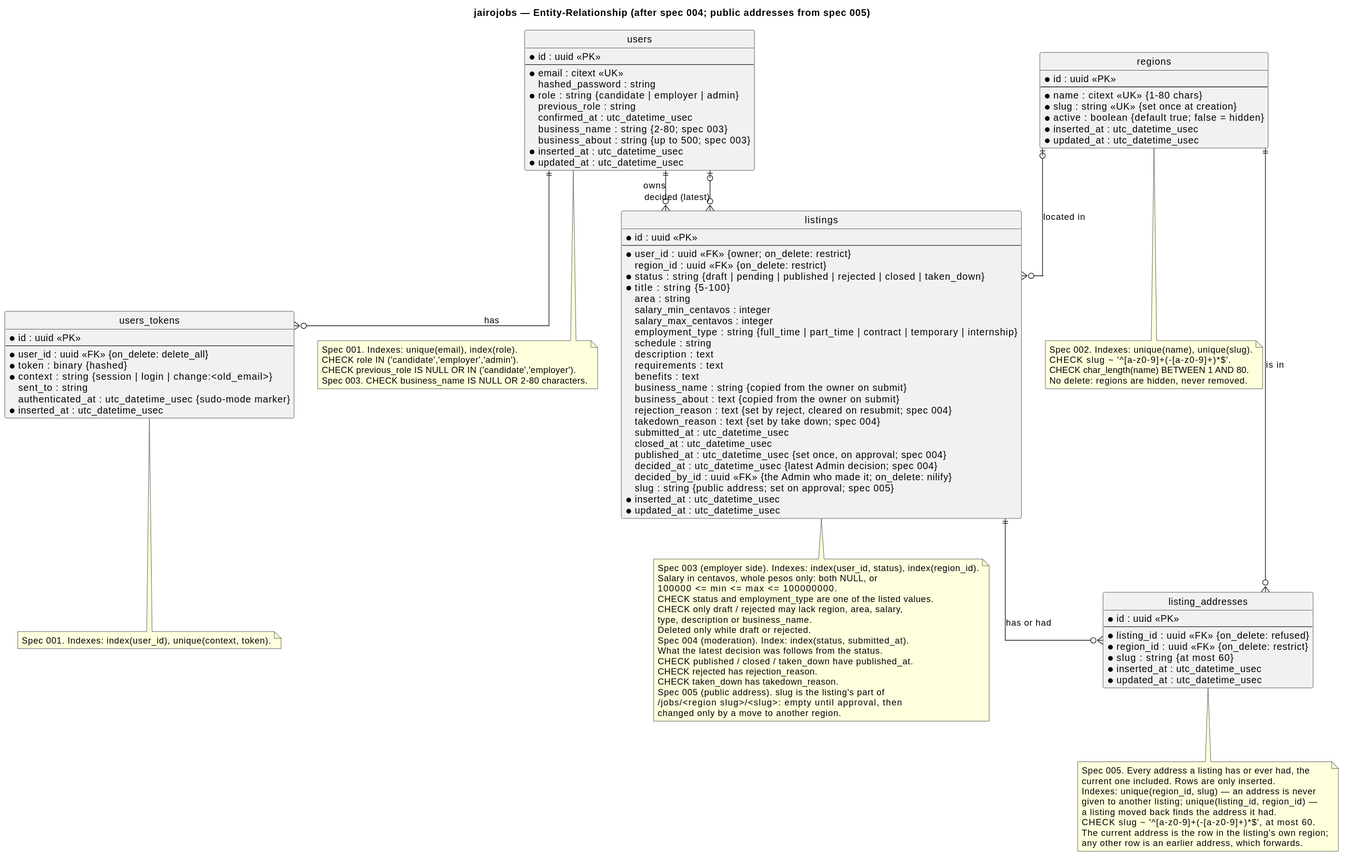
Earlier version of the PlantUML export docs/architecture/diagrams/out/erd-jairojobs.svg (raseniero/jairojobs-elixir).
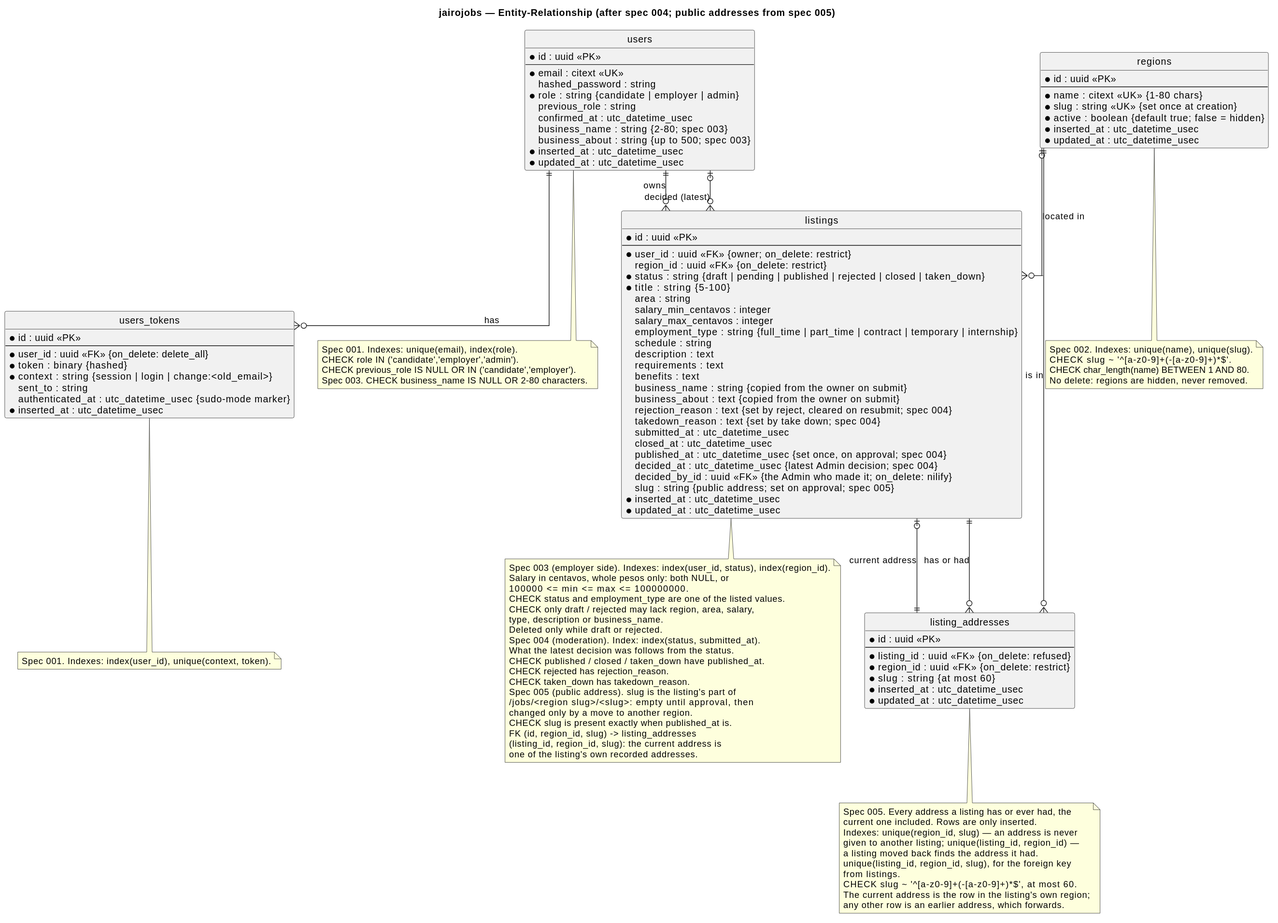
After the commit.

Commit message:
feat(listings): addresses for listings approved earlier, and database checks (REQ-005-6)

What changed in the source:
```diff
@@ -84,6 +84,7 @@
 users |o--o{ listings : "decided (latest)"
 regions |o--o{ listings : "located in"
 listings ||--o{ listing_addresses : "has or had"
+listings |o--|| listing_addresses : "current address"
 regions ||--o{ listing_addresses : "is in"
 
 note bottom of users
@@ -120,6 +121,10 @@
   Spec 005 (public address). slug is the listing's part of
   /jobs/<region slug>/<slug>: empty until approval, then
   changed only by a move to another region.
+  CHECK slug is present exactly when published_at is.
+  FK (id, region_id, slug) -> listing_addresses
+  (listing_id, region_id, slug): the current address is
+  one of the listing's own recorded addresses.
 end note
 
 note bottom of listing_addresses
@@ -128,6 +133,8 @@
   Indexes: unique(region_id, slug) — an address is never
   given to another listing; unique(listing_id, region_id) —
   a listing moved back finds the address it had.
+  unique(listing_id, region_id, slug), for the foreign key
+  from listings.
   CHECK slug ~ '^[a-z0-9]+(-[a-z0-9]+)*$', at most 60.
   The current address is the row in the listing's own region;
   any other row is an earlier address, which forwards.
```
